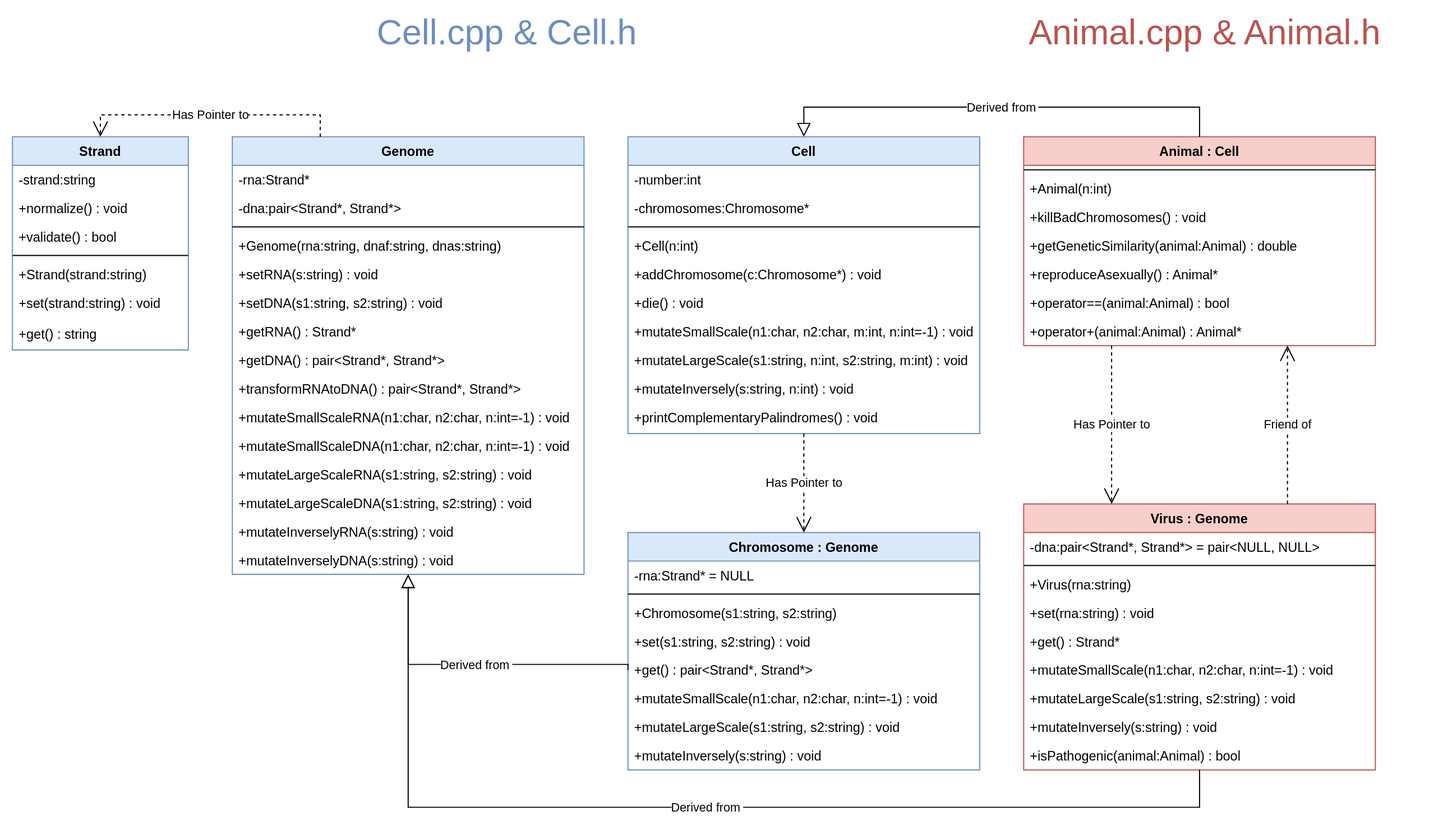
The draw.io diagram schema/classes.svg in k-forghani/class-of-life, before a commit. Source tidied: cells renumbered, new cells last; positions are measured from the earlier drawing's top-left corner, leaving out a move shared by most shapes.
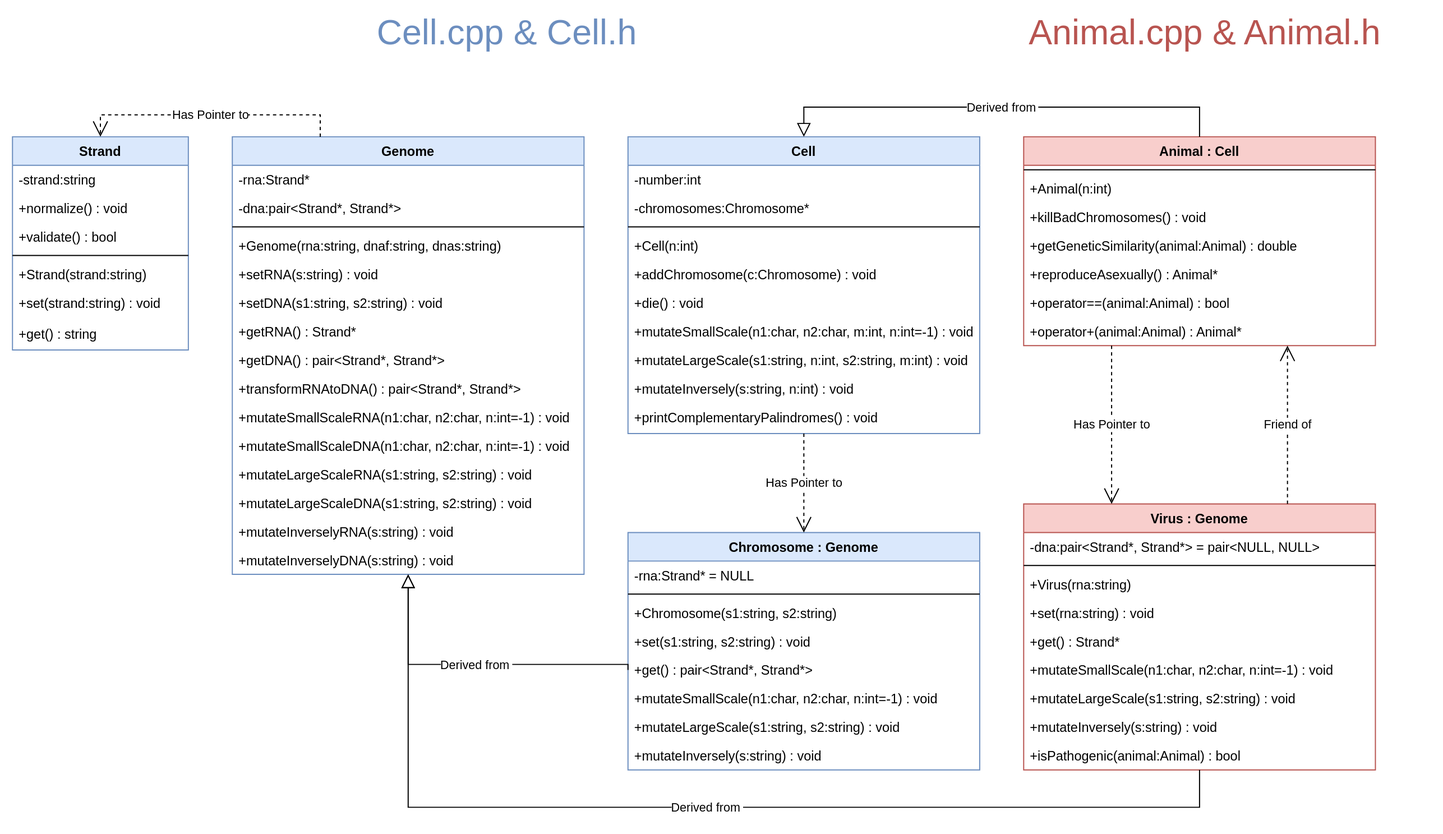
Above is the later version.

Commit message:
Fixed classes schema

Diff of the diagram source:
```diff
@@ -124,7 +124,7 @@
     <mxCell id="40" value="+Cell(n:int)" style="text;align=left;verticalAlign=top;spacingLeft=4;spacingRight=4;overflow=hidden;" parent="36" vertex="1">
       <mxGeometry y="86" width="320" height="26" as="geometry" />
     </mxCell>
-    <mxCell id="41" value="+addChromosome(c:Chromosome*) : void" style="text;align=left;verticalAlign=top;spacingLeft=4;spacingRight=4;overflow=hidden;" parent="36" vertex="1">
+    <mxCell id="41" value="+addChromosome(c:Chromosome) : void" style="text;align=left;verticalAlign=top;spacingLeft=4;spacingRight=4;overflow=hidden;" parent="36" vertex="1">
       <mxGeometry y="112" width="320" height="26" as="geometry" />
     </mxCell>
     <mxCell id="42" value="+die() : void" style="text;align=left;verticalAlign=top;spacingLeft=4;spacingRight=4;overflow=hidden;" parent="36" vertex="1">
```
